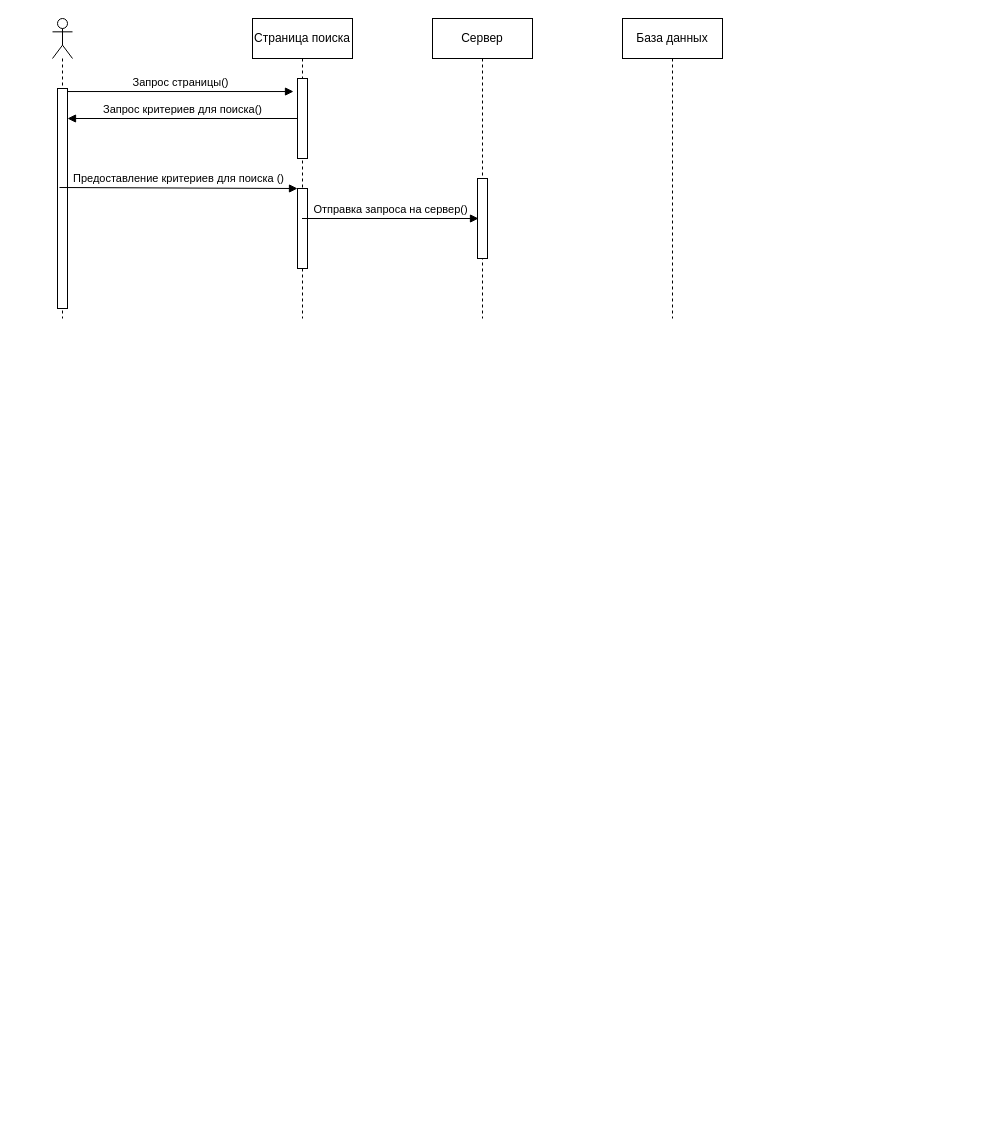
Earlier version of the draw.io diagram Диаграмма последовательности.drawio (EgorKrs/Asmodeus_app). Source tidied: cells renumbered, new cells numbered last; positions are measured from the earlier drawing's top-left corner, leaving out a move shared by most shapes. Both pictures are drawn from the tidied source at 100%, with x=0, y=0 at pixel (52, 18).
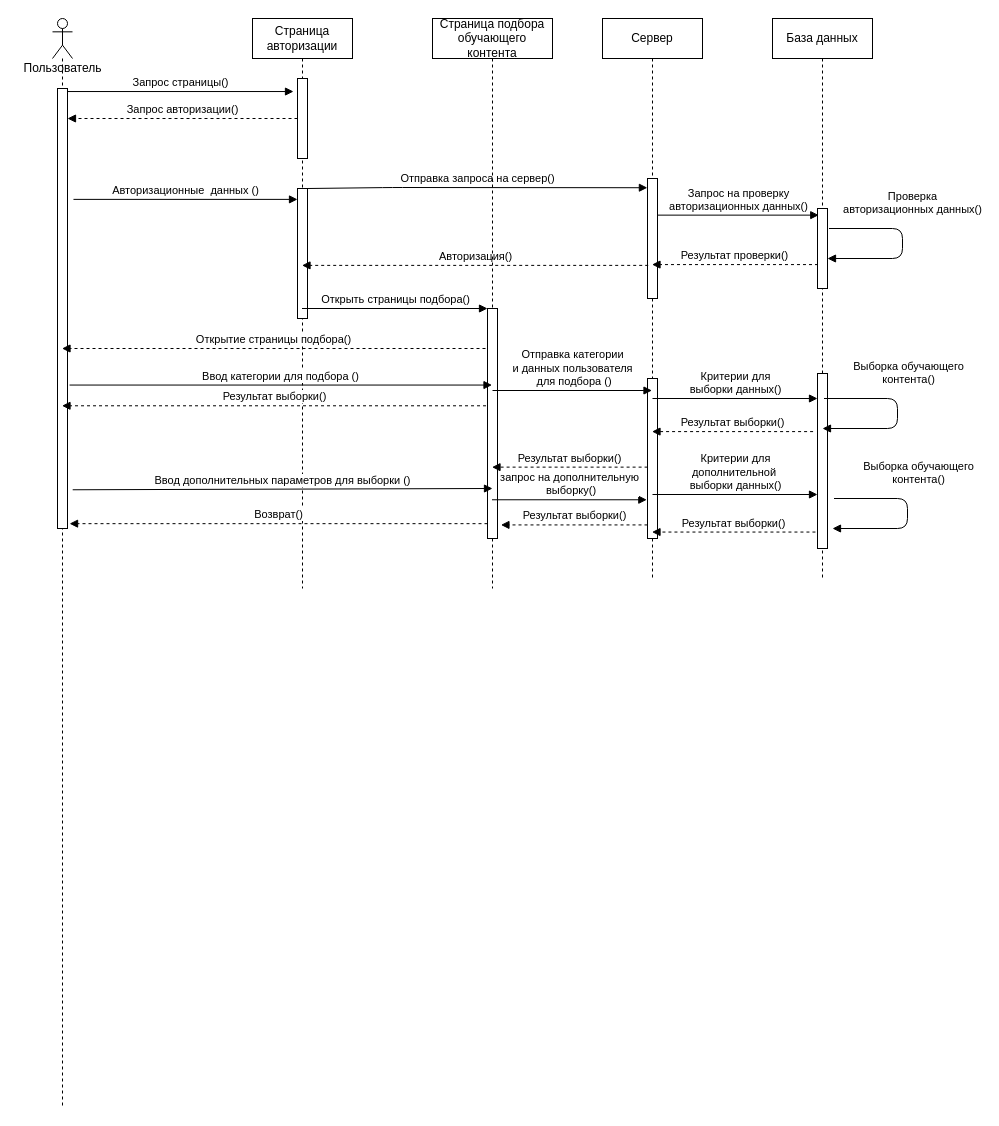
Above is the later version.

The change refers to these unchanged cells:
```xml
<mxCell id="5" style="html=1;points=[];perimeter=orthogonalPerimeter;" parent="4" vertex="1">
  <mxGeometry x="45" y="60" width="10" height="80" as="geometry" />
</mxCell>
```

Diff of the diagram source:
```diff
@@
     <mxCell id="2" style="shape=umlLifeline;participant=umlActor;perimeter=lifelinePerimeter;whiteSpace=wrap;html=1;verticalAlign=top;spacingTop=36;outlineConnect=0;" parent="1" vertex="1">
-      <mxGeometry width="20" height="300" as="geometry" />
+      <mxGeometry width="20" height="1090" as="geometry" />
     </mxCell>
     <mxCell id="3" style="html=1;points=[];perimeter=orthogonalPerimeter;" parent="2" vertex="1">
-      <mxGeometry x="5" y="70" width="10" height="220" as="geometry" />
+      <mxGeometry x="5" y="70" width="10" height="440" as="geometry" />
     </mxCell>
-    <mxCell id="4" value="Страница поиска" style="shape=umlLifeline;perimeter=lifelinePerimeter;whiteSpace=wrap;html=1;outlineConnect=0;" parent="1" vertex="1">
-      <mxGeometry x="200" width="100" height="300" as="geometry" />
+    <mxCell id="4" value="Страница авторизации" style="shape=umlLifeline;perimeter=lifelinePerimeter;whiteSpace=wrap;html=1;outlineConnect=0;" parent="1" vertex="1">
+      <mxGeometry x="200" width="100" height="570" as="geometry" />
     </mxCell>
@@
     <mxCell id="6" style="html=1;points=[];perimeter=orthogonalPerimeter;" parent="4" vertex="1">
-      <mxGeometry x="45" y="170" width="10" height="80" as="geometry" />
+      <mxGeometry x="45" y="170" width="10" height="130" as="geometry" />
     </mxCell>
     <mxCell id="7" value="Сервер" style="shape=umlLifeline;perimeter=lifelinePerimeter;whiteSpace=wrap;html=1;outlineConnect=0;" parent="1" vertex="1">
-      <mxGeometry x="380" width="100" height="300" as="geometry" />
+      <mxGeometry x="550" width="100" height="560" as="geometry" />
     </mxCell>
     <mxCell id="8" style="html=1;points=[];perimeter=orthogonalPerimeter;" parent="7" vertex="1">
-      <mxGeometry x="45" y="160" width="10" height="80" as="geometry" />
+      <mxGeometry x="45" y="160" width="10" height="120" as="geometry" />
     </mxCell>
+    <mxCell id="14" style="html=1;points=[];perimeter=orthogonalPerimeter;" parent="7" vertex="1">
+      <mxGeometry x="45" y="360" width="10" height="160" as="geometry" />
+    </mxCell>
     <mxCell id="9" value="База данных" style="shape=umlLifeline;perimeter=lifelinePerimeter;whiteSpace=wrap;html=1;" parent="1" vertex="1">
-      <mxGeometry x="570" width="100" height="300" as="geometry" />
+      <mxGeometry x="720" width="100" height="560" as="geometry" />
     </mxCell>
+    <mxCell id="15" style="html=1;points=[];perimeter=orthogonalPerimeter;" parent="9" vertex="1">
+      <mxGeometry x="45" y="190" width="10" height="80" as="geometry" />
+    </mxCell>
+    <mxCell id="16" value="Проверка&lt;br&gt;авторизационных данных()" style="html=1;verticalAlign=bottom;startArrow=none;endArrow=block;startSize=8;startFill=0;exitX=1.147;exitY=0.25;exitDx=0;exitDy=0;exitPerimeter=0;" parent="9" edge="1" source="15" target="15">
+      <mxGeometry x="-0.18" y="14" relative="1" as="geometry">
+        <Array as="points">
+          <mxPoint x="130" y="210" />
+          <mxPoint x="130" y="240" />
+        </Array>
+        <mxPoint x="11" y="4" as="offset" />
+      </mxGeometry>
+    </mxCell>
+    <mxCell id="17" style="html=1;points=[];perimeter=orthogonalPerimeter;" parent="9" vertex="1">
+      <mxGeometry x="45" y="355" width="10" height="175" as="geometry" />
+    </mxCell>
@@
-    <mxCell id="11" value="Запрос критериев для поиска()" style="html=1;verticalAlign=bottom;startArrow=none;endArrow=block;startSize=8;startFill=0;" parent="1" edge="1" source="5" target="3">
+    <mxCell id="11" value="Запрос авторизации()" style="html=1;verticalAlign=bottom;startArrow=none;endArrow=block;startSize=8;startFill=0;dashed=1;" parent="1" edge="1" source="5" target="3">
       <mxGeometry relative="1" as="geometry" />
     </mxCell>
-    <mxCell id="12" value="Предоставление критериев для поиска ()" style="html=1;verticalAlign=bottom;startArrow=none;endArrow=block;startSize=8;startFill=0;exitX=0.2;exitY=0.45;exitDx=0;exitDy=0;exitPerimeter=0;" parent="1" edge="1" source="3" target="6">
+    <mxCell id="12" value="Авторизационные&amp;nbsp; данных ()" style="html=1;verticalAlign=bottom;startArrow=none;endArrow=block;startSize=8;startFill=0;exitX=1.598;exitY=0.252;exitDx=0;exitDy=0;exitPerimeter=0;" parent="1" edge="1" source="3" target="6">
       <mxGeometry relative="1" as="geometry" />
     </mxCell>
-    <mxCell id="13" value="Отправка запроса на сервер()" style="html=1;verticalAlign=bottom;startArrow=none;endArrow=block;startSize=8;startFill=0;entryX=0.1;entryY=0.5;entryDx=0;entryDy=0;entryPerimeter=0;" parent="1" edge="1" source="4" target="8">
-      <mxGeometry relative="1" as="geometry" />
+    <mxCell id="13" value="Отправка запроса на сервер()" style="html=1;verticalAlign=bottom;startArrow=none;endArrow=block;startSize=8;startFill=0;entryX=-0.01;entryY=0.077;entryDx=0;entryDy=0;entryPerimeter=0;" parent="1" edge="1" source="6" target="8">
+      <mxGeometry relative="1" as="geometry">
+        <Array as="points">
+          <mxPoint x="340" y="169" />
+        </Array>
+      </mxGeometry>
     </mxCell>
+    <mxCell id="18" value="Запрос на проверку &lt;br&gt;авторизационных данных()" style="html=1;verticalAlign=bottom;startArrow=none;endArrow=block;startSize=8;startFill=0;entryX=0.127;entryY=0.083;entryDx=0;entryDy=0;entryPerimeter=0;" parent="1" edge="1" source="8" target="15">
+      <mxGeometry relative="1" as="geometry" />
+    </mxCell>
+    <mxCell id="19" value="Результат проверки()" style="html=1;verticalAlign=bottom;startArrow=none;endArrow=block;startSize=8;startFill=0;dashed=1;exitX=0.049;exitY=0.701;exitDx=0;exitDy=0;exitPerimeter=0;" parent="1" edge="1" source="15" target="7">
+      <mxGeometry relative="1" as="geometry" />
+    </mxCell>
+    <mxCell id="20" value="Авторизация()" style="html=1;verticalAlign=bottom;startArrow=none;endArrow=block;startSize=8;startFill=0;dashed=1;exitX=0.069;exitY=0.724;exitDx=0;exitDy=0;exitPerimeter=0;" parent="1" edge="1" source="8" target="4">
+      <mxGeometry relative="1" as="geometry" />
+    </mxCell>
+    <mxCell id="21" value="Открыть страницы подбора()" style="html=1;verticalAlign=bottom;startArrow=none;endArrow=block;startSize=8;startFill=0;" parent="1" edge="1" source="4" target="23">
+      <mxGeometry relative="1" as="geometry" />
+    </mxCell>
+    <mxCell id="22" value="Страница подбора обучающего контента" style="shape=umlLifeline;perimeter=lifelinePerimeter;whiteSpace=wrap;html=1;outlineConnect=0;" parent="1" vertex="1">
+      <mxGeometry x="380" width="120" height="570" as="geometry" />
+    </mxCell>
+    <mxCell id="23" style="html=1;points=[];perimeter=orthogonalPerimeter;" parent="22" vertex="1">
+      <mxGeometry x="55" y="290" width="10" height="230" as="geometry" />
+    </mxCell>
+    <mxCell id="24" value="Открытие страницы подбора()" style="html=1;verticalAlign=bottom;startArrow=none;endArrow=block;startSize=8;startFill=0;dashed=1;" parent="1" edge="1" target="2">
+      <mxGeometry relative="1" as="geometry">
+        <mxPoint x="433" y="330" as="sourcePoint" />
+      </mxGeometry>
+    </mxCell>
+    <mxCell id="25" value="Ввод категории для подбора ()" style="html=1;verticalAlign=bottom;startArrow=none;endArrow=block;startSize=8;startFill=0;exitX=1.206;exitY=0.674;exitDx=0;exitDy=0;exitPerimeter=0;" parent="1" edge="1" source="3" target="22">
+      <mxGeometry relative="1" as="geometry" />
+    </mxCell>
+    <mxCell id="26" value="Отправка категории &lt;br&gt;и данных пользователя&lt;br&gt;&amp;nbsp;для подбора ()" style="html=1;verticalAlign=bottom;startArrow=none;endArrow=block;startSize=8;startFill=0;" parent="1" edge="1" target="7">
+      <mxGeometry relative="1" as="geometry">
+        <mxPoint x="440" y="372" as="sourcePoint" />
+      </mxGeometry>
+    </mxCell>
+    <mxCell id="27" value="Критерии для &lt;br&gt;выборки данных()" style="html=1;verticalAlign=bottom;startArrow=none;endArrow=block;startSize=8;startFill=0;" parent="1" edge="1" target="17">
+      <mxGeometry relative="1" as="geometry">
+        <mxPoint x="600" y="380" as="sourcePoint" />
+      </mxGeometry>
+    </mxCell>
+    <mxCell id="28" value="Выборка обучающего &lt;br&gt;контента()" style="html=1;verticalAlign=bottom;startArrow=none;endArrow=block;startSize=8;startFill=0;exitX=1.147;exitY=0.25;exitDx=0;exitDy=0;exitPerimeter=0;" parent="1" edge="1">
+      <mxGeometry x="-0.18" y="14" relative="1" as="geometry">
+        <mxPoint x="771.5" y="380" as="sourcePoint" />
+        <mxPoint x="770" y="410" as="targetPoint" />
+        <Array as="points">
+          <mxPoint x="845" y="380" />
+          <mxPoint x="845" y="410" />
+        </Array>
+        <mxPoint x="11" y="4" as="offset" />
+      </mxGeometry>
+    </mxCell>
+    <mxCell id="29" value="Результат выборки()" style="html=1;verticalAlign=bottom;startArrow=none;endArrow=block;startSize=8;startFill=0;dashed=1;exitX=-0.441;exitY=0.332;exitDx=0;exitDy=0;exitPerimeter=0;" parent="1" edge="1" source="17" target="7">
+      <mxGeometry relative="1" as="geometry" />
+    </mxCell>
+    <mxCell id="30" value="Результат выборки()" style="html=1;verticalAlign=bottom;startArrow=none;endArrow=block;startSize=8;startFill=0;dashed=1;exitX=0.01;exitY=0.554;exitDx=0;exitDy=0;exitPerimeter=0;" parent="1" edge="1" source="14" target="22">
+      <mxGeometry relative="1" as="geometry" />
+    </mxCell>
+    <mxCell id="31" value="Результат выборки()" style="html=1;verticalAlign=bottom;startArrow=none;endArrow=block;startSize=8;startFill=0;dashed=1;exitX=-0.147;exitY=0.423;exitDx=0;exitDy=0;exitPerimeter=0;" parent="1" edge="1" source="23" target="2">
+      <mxGeometry relative="1" as="geometry" />
+    </mxCell>
+    <mxCell id="32" value="Ввод дополнительных параметров для выборки ()" style="html=1;verticalAlign=bottom;startArrow=none;endArrow=block;startSize=8;startFill=0;exitX=1.52;exitY=0.912;exitDx=0;exitDy=0;exitPerimeter=0;" parent="1" edge="1" source="3">
+      <mxGeometry relative="1" as="geometry">
+        <mxPoint x="440" y="470" as="targetPoint" />
+      </mxGeometry>
+    </mxCell>
+    <mxCell id="33" value="запрос на дополнительную&lt;br&gt;&amp;nbsp;выборку()" style="html=1;verticalAlign=bottom;startArrow=none;endArrow=block;startSize=8;startFill=0;entryX=-0.069;entryY=0.758;entryDx=0;entryDy=0;entryPerimeter=0;" parent="1" edge="1" source="22" target="14">
+      <mxGeometry relative="1" as="geometry" />
+    </mxCell>
+    <mxCell id="34" value="Критерии для &lt;br&gt;дополнительной&amp;nbsp;&lt;br&gt;выборки данных()" style="html=1;verticalAlign=bottom;startArrow=none;endArrow=block;startSize=8;startFill=0;" parent="1" edge="1" target="17">
+      <mxGeometry relative="1" as="geometry">
+        <mxPoint x="600" y="476" as="sourcePoint" />
+      </mxGeometry>
+    </mxCell>
+    <mxCell id="35" value="Выборка обучающего &lt;br&gt;контента()" style="html=1;verticalAlign=bottom;startArrow=none;endArrow=block;startSize=8;startFill=0;exitX=1.147;exitY=0.25;exitDx=0;exitDy=0;exitPerimeter=0;" parent="1" edge="1">
+      <mxGeometry x="-0.18" y="14" relative="1" as="geometry">
+        <mxPoint x="781.5" y="480" as="sourcePoint" />
+        <mxPoint x="780" y="510" as="targetPoint" />
+        <Array as="points">
+          <mxPoint x="855" y="480" />
+          <mxPoint x="855" y="510" />
+        </Array>
+        <mxPoint x="11" y="4" as="offset" />
+      </mxGeometry>
+    </mxCell>
+    <mxCell id="36" value="Результат выборки()" style="html=1;verticalAlign=bottom;startArrow=none;endArrow=block;startSize=8;startFill=0;dashed=1;exitX=-0.206;exitY=0.906;exitDx=0;exitDy=0;exitPerimeter=0;" parent="1" edge="1" source="17" target="7">
+      <mxGeometry relative="1" as="geometry" />
+    </mxCell>
+    <mxCell id="37" value="Результат выборки()" style="html=1;verticalAlign=bottom;startArrow=none;endArrow=block;startSize=8;startFill=0;dashed=1;entryX=1.343;entryY=0.941;entryDx=0;entryDy=0;entryPerimeter=0;" parent="1" edge="1" source="14" target="23">
+      <mxGeometry relative="1" as="geometry" />
+    </mxCell>
+    <mxCell id="38" value="Возврат()" style="html=1;verticalAlign=bottom;startArrow=none;endArrow=block;startSize=8;startFill=0;dashed=1;entryX=1.206;entryY=0.989;entryDx=0;entryDy=0;entryPerimeter=0;" parent="1" edge="1" source="23" target="3">
+      <mxGeometry relative="1" as="geometry" />
+    </mxCell>
+    <mxCell id="39" value="Пользователь" style="text;html=1;align=center;verticalAlign=middle;strokeColor=none;" parent="1" vertex="1">
+      <mxGeometry x="-35" y="40" width="90" height="20" as="geometry" />
+    </mxCell>
```
